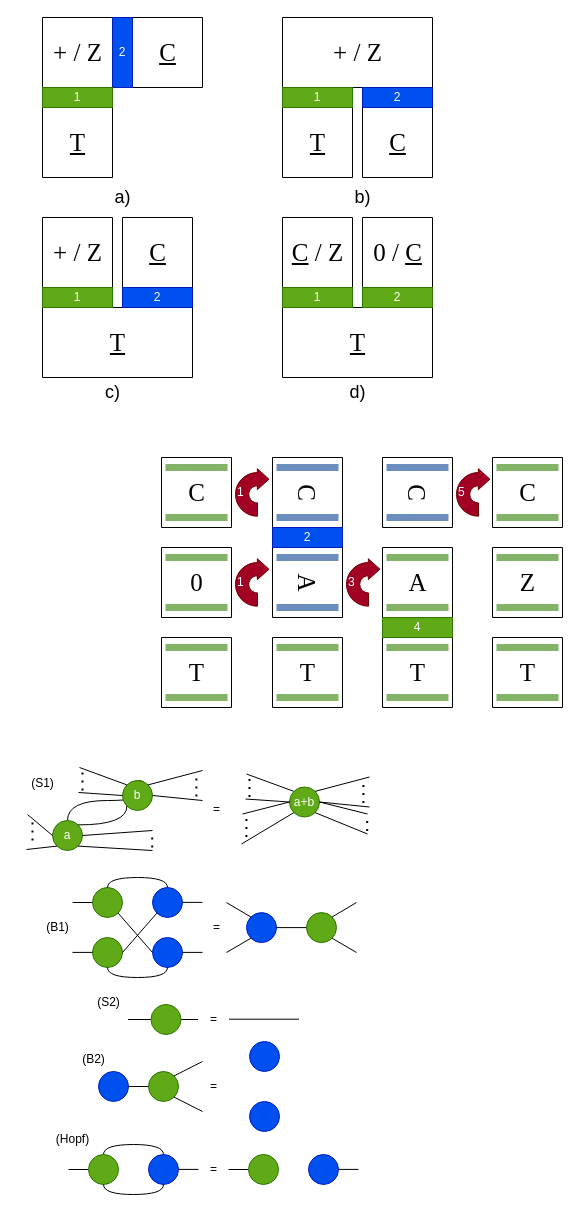
Before: translation.drawio in alexandrupaler/alexandrupaler.github.io, a draw.io diagram. Source tidied: cells renumbered, new cells numbered last; positions are measured from the earlier drawing's top-left corner, leaving out a move shared by most shapes. Both pictures are drawn from the tidied source at 100%, with x=0, y=0 at pixel (17, 17).
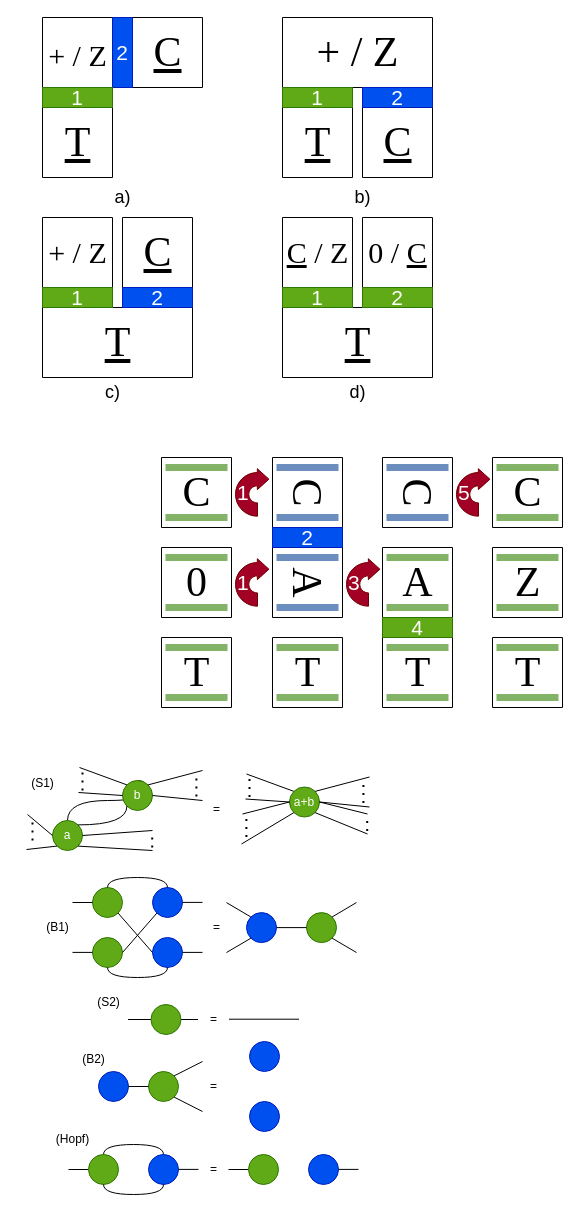
The same diagram, later.

Unchanged cells that the change refers to:
```xml
<mxCell id="2" style="swimlane;startSize=0;" parent="1" vertex="1">
  <mxGeometry x="25" y="90" width="70" height="70" as="geometry" />
</mxCell>
<mxCell id="6" style="swimlane;startSize=0;" parent="1" vertex="1">
  <mxGeometry x="115" width="70" height="70" as="geometry" />
</mxCell>
<mxCell id="11" style="swimlane;startSize=0;" parent="1" vertex="1">
  <mxGeometry x="265" y="90" width="70" height="70" as="geometry" />
</mxCell>
<mxCell id="13" style="swimlane;startSize=0;" parent="1" vertex="1">
  <mxGeometry x="345" y="90" width="70" height="70" as="geometry" />
</mxCell>
<mxCell id="15" style="swimlane;startSize=0;" parent="1" vertex="1">
  <mxGeometry x="25" y="290" width="150" height="70" as="geometry" />
</mxCell>
<mxCell id="17" style="swimlane;startSize=0;" parent="1" vertex="1">
  <mxGeometry x="25" y="200" width="70" height="70" as="geometry" />
</mxCell>
<mxCell id="19" style="swimlane;startSize=0;" parent="1" vertex="1">
  <mxGeometry x="105" y="200" width="70" height="70" as="geometry" />
</mxCell>
<mxCell id="21" style="swimlane;startSize=0;" parent="1" vertex="1">
  <mxGeometry x="265" y="290" width="150" height="70" as="geometry" />
</mxCell>
<mxCell id="23" style="swimlane;startSize=0;" parent="1" vertex="1">
  <mxGeometry x="265" y="200" width="70" height="70" as="geometry" />
</mxCell>
<mxCell id="25" style="swimlane;startSize=0;" parent="1" vertex="1">
  <mxGeometry x="345" y="200" width="70" height="70" as="geometry" />
</mxCell>
<mxCell id="31" style="swimlane;startSize=0;" parent="1" vertex="1">
  <mxGeometry x="144" y="440" width="70" height="70" as="geometry" />
</mxCell>
<mxCell id="35" style="swimlane;startSize=0;" parent="1" vertex="1">
  <mxGeometry x="144" y="620" width="70" height="70" as="geometry" />
</mxCell>
<mxCell id="40" style="swimlane;startSize=0;" parent="1" vertex="1">
  <mxGeometry x="255" y="440" width="70" height="70" as="geometry" />
</mxCell>
<mxCell id="44" style="swimlane;startSize=0;" parent="1" vertex="1">
  <mxGeometry x="144" y="530" width="70" height="70" as="geometry" />
</mxCell>
<mxCell id="48" style="swimlane;startSize=0;" parent="1" vertex="1">
  <mxGeometry x="255" y="530" width="70" height="70" as="geometry" />
</mxCell>
<mxCell id="52" style="swimlane;startSize=0;" parent="1" vertex="1">
  <mxGeometry x="255" y="620" width="70" height="70" as="geometry" />
</mxCell>
<mxCell id="56" style="swimlane;startSize=0;" parent="1" vertex="1">
  <mxGeometry x="365" y="620" width="70" height="70" as="geometry" />
</mxCell>
<mxCell id="60" style="swimlane;startSize=0;" parent="1" vertex="1">
  <mxGeometry x="365" y="440" width="70" height="70" as="geometry" />
</mxCell>
<mxCell id="64" style="swimlane;startSize=0;" parent="1" vertex="1">
  <mxGeometry x="365" y="530" width="70" height="70" as="geometry" />
</mxCell>
<mxCell id="68" style="swimlane;startSize=0;" parent="1" vertex="1">
  <mxGeometry x="475" y="440" width="70" height="70" as="geometry" />
</mxCell>
<mxCell id="72" style="swimlane;startSize=0;" parent="1" vertex="1">
  <mxGeometry x="475" y="620" width="70" height="70" as="geometry" />
</mxCell>
<mxCell id="76" style="swimlane;startSize=0;" parent="1" vertex="1">
  <mxGeometry x="475" y="530" width="70" height="70" as="geometry" />
</mxCell>
```

The edit, as a diff of the source:
```diff
@@
-    <mxCell id="3" value="&lt;u&gt;&lt;font&gt;T&lt;/font&gt;&lt;/u&gt;" style="text;html=1;align=center;verticalAlign=middle;strokeColor=none;fillColor=none;fontSize=25;fontFamily=Garamond;" parent="2" vertex="1">
-      <mxGeometry x="15" y="15" width="40" height="40" as="geometry" />
+    <mxCell id="3" value="&lt;u&gt;&lt;font&gt;T&lt;/font&gt;&lt;/u&gt;" style="text;html=1;align=center;verticalAlign=middle;strokeColor=none;fillColor=none;fontSize=42;fontFamily=Garamond;" parent="2" vertex="1">
+      <mxGeometry x="10" y="5" width="50" height="60" as="geometry" />
     </mxCell>
     <mxCell id="4" style="swimlane;startSize=0;" parent="1" vertex="1">
-      <mxGeometry x="25" width="70" height="70" as="geometry" />
+      <mxGeometry x="25" width="90" height="70" as="geometry" />
     </mxCell>
-    <mxCell id="5" value="&lt;font&gt;+ / Z&lt;/font&gt;" style="text;html=1;align=center;verticalAlign=middle;strokeColor=none;fillColor=none;fontSize=25;fontFamily=Garamond;" parent="4" vertex="1">
-      <mxGeometry y="15" width="70" height="40" as="geometry" />
+    <mxCell id="5" value="&lt;div&gt;&lt;font style=&quot;font-size: 30px;&quot;&gt;+ / Z&lt;/font&gt;&lt;/div&gt;" style="text;html=1;align=center;verticalAlign=middle;strokeColor=none;fillColor=none;fontSize=42;fontFamily=Garamond;spacing=-2;" parent="4" vertex="1">
+      <mxGeometry y="5" width="70" height="60" as="geometry" />
     </mxCell>
@@
-    <mxCell id="7" value="&lt;u&gt;&lt;font&gt;C&lt;/font&gt;&lt;/u&gt;" style="text;html=1;align=center;verticalAlign=middle;strokeColor=none;fillColor=none;fontSize=25;fontFamily=Garamond;" parent="6" vertex="1">
-      <mxGeometry x="15" y="15" width="40" height="40" as="geometry" />
+    <mxCell id="7" value="&lt;u&gt;&lt;font&gt;C&lt;/font&gt;&lt;/u&gt;" style="text;html=1;align=center;verticalAlign=middle;strokeColor=none;fillColor=none;fontSize=42;fontFamily=Garamond;" parent="6" vertex="1">
+      <mxGeometry x="10" y="5" width="50" height="60" as="geometry" />
     </mxCell>
-    <mxCell id="8" value="2" style="rounded=0;whiteSpace=wrap;html=1;fillColor=#0050ef;fontColor=#ffffff;strokeColor=#001DBC;" parent="6" vertex="1">
+    <mxCell id="8" value="2" style="rounded=0;whiteSpace=wrap;html=1;fillColor=#0050ef;fontColor=#ffffff;strokeColor=#001DBC;fontSize=21;" parent="6" vertex="1">
       <mxGeometry x="-20" width="20" height="70" as="geometry" />
     </mxCell>
-    <mxCell id="9" style="swimlane;startSize=0;" parent="1" vertex="1">
+    <mxCell id="9" style="swimlane;startSize=0;fontSize=19;" parent="1" vertex="1">
       <mxGeometry x="265" width="150" height="70" as="geometry" />
     </mxCell>
-    <mxCell id="10" value="&lt;font&gt;+ / Z&lt;/font&gt;" style="text;html=1;align=center;verticalAlign=middle;strokeColor=none;fillColor=none;fontSize=25;fontFamily=Garamond;" parent="9" vertex="1">
-      <mxGeometry x="40" y="15" width="70" height="40" as="geometry" />
+    <mxCell id="10" value="&lt;font style=&quot;font-size: 42px;&quot;&gt;+ / Z&lt;/font&gt;" style="text;html=1;align=center;verticalAlign=middle;strokeColor=none;fillColor=none;fontSize=25;fontFamily=Garamond;" parent="9" vertex="1">
+      <mxGeometry x="20" y="5" width="110" height="60" as="geometry" />
     </mxCell>
@@
-    <mxCell id="12" value="&lt;u&gt;&lt;font&gt;T&lt;/font&gt;&lt;/u&gt;" style="text;html=1;align=center;verticalAlign=middle;strokeColor=none;fillColor=none;fontSize=25;fontFamily=Garamond;" parent="11" vertex="1">
-      <mxGeometry x="15" y="15" width="40" height="40" as="geometry" />
+    <mxCell id="12" value="&lt;u&gt;&lt;font&gt;T&lt;/font&gt;&lt;/u&gt;" style="text;html=1;align=center;verticalAlign=middle;strokeColor=none;fillColor=none;fontSize=42;fontFamily=Garamond;" parent="11" vertex="1">
+      <mxGeometry x="10" y="5" width="50" height="60" as="geometry" />
     </mxCell>
@@
-    <mxCell id="14" value="&lt;u&gt;&lt;font&gt;C&lt;/font&gt;&lt;/u&gt;" style="text;html=1;align=center;verticalAlign=middle;strokeColor=none;fillColor=none;fontSize=25;fontFamily=Garamond;" parent="13" vertex="1">
-      <mxGeometry x="15" y="15" width="40" height="40" as="geometry" />
+    <mxCell id="14" value="&lt;u&gt;&lt;font&gt;C&lt;/font&gt;&lt;/u&gt;" style="text;html=1;align=center;verticalAlign=middle;strokeColor=none;fillColor=none;fontSize=42;fontFamily=Garamond;" parent="13" vertex="1">
+      <mxGeometry x="10" y="5" width="50" height="60" as="geometry" />
     </mxCell>
@@
-    <mxCell id="16" value="&lt;u&gt;&lt;font&gt;T&lt;/font&gt;&lt;/u&gt;" style="text;html=1;align=center;verticalAlign=middle;strokeColor=none;fillColor=none;fontSize=25;fontFamily=Garamond;" parent="15" vertex="1">
-      <mxGeometry x="55" y="15" width="40" height="40" as="geometry" />
+    <mxCell id="16" value="&lt;u&gt;&lt;font&gt;T&lt;/font&gt;&lt;/u&gt;" style="text;html=1;align=center;verticalAlign=middle;strokeColor=none;fillColor=none;fontSize=42;fontFamily=Garamond;" parent="15" vertex="1">
+      <mxGeometry x="50" y="5" width="50" height="60" as="geometry" />
     </mxCell>
@@
-    <mxCell id="18" value="&lt;font&gt;+ / Z&lt;/font&gt;" style="text;html=1;align=center;verticalAlign=middle;strokeColor=none;fillColor=none;fontSize=25;fontFamily=Garamond;" parent="17" vertex="1">
-      <mxGeometry y="15" width="70" height="40" as="geometry" />
+    <mxCell id="18" value="&lt;font style=&quot;font-size: 30px;&quot;&gt;+ / Z&lt;/font&gt;" style="text;html=1;align=center;verticalAlign=middle;strokeColor=none;fillColor=none;fontSize=32;fontFamily=Garamond;" parent="17" vertex="1">
+      <mxGeometry x="-5" y="10" width="80" height="50" as="geometry" />
     </mxCell>
@@
-    <mxCell id="20" value="&lt;u&gt;&lt;font&gt;C&lt;/font&gt;&lt;/u&gt;" style="text;html=1;align=center;verticalAlign=middle;strokeColor=none;fillColor=none;fontSize=25;fontFamily=Garamond;" parent="19" vertex="1">
-      <mxGeometry x="15" y="15" width="40" height="40" as="geometry" />
+    <mxCell id="20" value="&lt;u&gt;&lt;font&gt;C&lt;/font&gt;&lt;/u&gt;" style="text;html=1;align=center;verticalAlign=middle;strokeColor=none;fillColor=none;fontSize=42;fontFamily=Garamond;" parent="19" vertex="1">
+      <mxGeometry x="10" y="5" width="50" height="60" as="geometry" />
     </mxCell>
@@
-    <mxCell id="22" value="&lt;u&gt;&lt;font&gt;T&lt;/font&gt;&lt;/u&gt;" style="text;html=1;align=center;verticalAlign=middle;strokeColor=none;fillColor=none;fontSize=25;fontFamily=Garamond;" parent="21" vertex="1">
-      <mxGeometry x="55" y="15" width="40" height="40" as="geometry" />
+    <mxCell id="22" value="&lt;u&gt;&lt;font&gt;T&lt;/font&gt;&lt;/u&gt;" style="text;html=1;align=center;verticalAlign=middle;strokeColor=none;fillColor=none;fontSize=42;fontFamily=Garamond;" parent="21" vertex="1">
+      <mxGeometry x="50" y="5" width="50" height="60" as="geometry" />
     </mxCell>
@@
-    <mxCell id="24" value="&lt;u&gt;C&lt;/u&gt; / Z" style="text;html=1;align=center;verticalAlign=middle;strokeColor=none;fillColor=none;fontSize=25;fontFamily=Garamond;" parent="23" vertex="1">
-      <mxGeometry y="15" width="70" height="40" as="geometry" />
+    <mxCell id="24" value="&lt;u&gt;C&lt;/u&gt; / Z" style="text;html=1;align=center;verticalAlign=middle;strokeColor=none;fillColor=none;fontSize=30;fontFamily=Garamond;" parent="23" vertex="1">
+      <mxGeometry x="-10" y="10" width="90" height="50" as="geometry" />
     </mxCell>
@@
-    <mxCell id="26" value="0 / &lt;u&gt;C&lt;/u&gt;" style="text;html=1;align=center;verticalAlign=middle;strokeColor=none;fillColor=none;fontSize=25;fontFamily=Garamond;" parent="25" vertex="1">
-      <mxGeometry y="15" width="70" height="40" as="geometry" />
+    <mxCell id="26" value="0 / &lt;u&gt;C&lt;/u&gt;" style="text;html=1;align=center;verticalAlign=middle;strokeColor=none;fillColor=none;fontSize=30;fontFamily=Garamond;" parent="25" vertex="1">
+      <mxGeometry x="-5" y="10" width="80" height="50" as="geometry" />
     </mxCell>
@@
-    <mxCell id="32" value="&lt;font&gt;C&lt;/font&gt;" style="text;html=1;align=center;verticalAlign=middle;strokeColor=none;fillColor=none;fontSize=25;fontFamily=Garamond;" parent="31" vertex="1">
-      <mxGeometry x="15" y="15" width="40" height="40" as="geometry" />
+    <mxCell id="32" value="&lt;font&gt;C&lt;/font&gt;" style="text;html=1;align=center;verticalAlign=middle;strokeColor=none;fillColor=none;fontSize=42;fontFamily=Garamond;" parent="31" vertex="1">
+      <mxGeometry x="10" y="5" width="50" height="60" as="geometry" />
     </mxCell>
@@
-    <mxCell id="36" value="T" style="text;html=1;align=center;verticalAlign=middle;strokeColor=none;fillColor=none;fontSize=25;fontFamily=Garamond;" parent="35" vertex="1">
-      <mxGeometry x="15" y="15" width="40" height="40" as="geometry" />
+    <mxCell id="36" value="T" style="text;html=1;align=center;verticalAlign=middle;strokeColor=none;fillColor=none;fontSize=42;fontFamily=Garamond;" parent="35" vertex="1">
+      <mxGeometry x="10" y="5" width="50" height="60" as="geometry" />
     </mxCell>
@@
-    <mxCell id="39" value="1" style="html=1;shadow=0;dashed=0;align=left;verticalAlign=middle;shape=mxgraph.arrows2.uTurnArrow;dy=6.66;arrowHead=20.98;dx2=11.59;fillColor=#a20025;strokeColor=#6F0000;fontFamily=Helvetica;fontStyle=0;fontSize=12;fontColor=#ffffff;" parent="1" vertex="1">
+    <mxCell id="39" value="1" style="html=1;shadow=0;dashed=0;align=left;verticalAlign=middle;shape=mxgraph.arrows2.uTurnArrow;dy=6.66;arrowHead=20.98;dx2=11.59;fillColor=#a20025;strokeColor=#6F0000;fontFamily=Helvetica;fontStyle=0;fontSize=21;fontColor=#ffffff;" parent="1" vertex="1">
       <mxGeometry x="218" y="451.2" width="22" height="47.5" as="geometry" />
     </mxCell>
@@
-    <mxCell id="41" value="&lt;font&gt;C&lt;/font&gt;" style="text;html=1;align=center;verticalAlign=middle;strokeColor=none;fillColor=none;fontSize=25;fontFamily=Garamond;rotation=90;" parent="40" vertex="1">
-      <mxGeometry x="15" y="15" width="40" height="40" as="geometry" />
+    <mxCell id="41" value="&lt;font&gt;C&lt;/font&gt;" style="text;html=1;align=center;verticalAlign=middle;strokeColor=none;fillColor=none;fontSize=42;fontFamily=Garamond;rotation=90;" parent="40" vertex="1">
+      <mxGeometry x="10" y="5" width="50" height="60" as="geometry" />
     </mxCell>
@@
-    <mxCell id="45" value="0" style="text;html=1;align=center;verticalAlign=middle;strokeColor=none;fillColor=none;fontSize=25;fontFamily=Garamond;" parent="44" vertex="1">
-      <mxGeometry x="15" y="15" width="40" height="40" as="geometry" />
+    <mxCell id="45" value="0" style="text;html=1;align=center;verticalAlign=middle;strokeColor=none;fillColor=none;fontSize=42;fontFamily=Garamond;" parent="44" vertex="1">
+      <mxGeometry x="15" y="5" width="40" height="60" as="geometry" />
     </mxCell>
@@
-    <mxCell id="49" value="A" style="text;html=1;align=center;verticalAlign=middle;strokeColor=none;fillColor=none;fontSize=25;fontFamily=Garamond;rotation=90;" parent="48" vertex="1">
-      <mxGeometry x="15" y="15" width="40" height="40" as="geometry" />
+    <mxCell id="49" value="A" style="text;html=1;align=center;verticalAlign=middle;strokeColor=none;fillColor=none;fontSize=42;fontFamily=Garamond;rotation=90;" parent="48" vertex="1">
+      <mxGeometry x="10" y="5" width="50" height="60" as="geometry" />
     </mxCell>
@@
-    <mxCell id="53" value="T" style="text;html=1;align=center;verticalAlign=middle;strokeColor=none;fillColor=none;fontSize=25;fontFamily=Garamond;" parent="52" vertex="1">
-      <mxGeometry x="15" y="15" width="40" height="40" as="geometry" />
+    <mxCell id="53" value="T" style="text;html=1;align=center;verticalAlign=middle;strokeColor=none;fillColor=none;fontSize=42;fontFamily=Garamond;" parent="52" vertex="1">
+      <mxGeometry x="10" y="5" width="50" height="60" as="geometry" />
     </mxCell>
@@
-    <mxCell id="57" value="T" style="text;html=1;align=center;verticalAlign=middle;strokeColor=none;fillColor=none;fontSize=25;fontFamily=Garamond;" parent="56" vertex="1">
-      <mxGeometry x="15" y="15" width="40" height="40" as="geometry" />
+    <mxCell id="57" value="T" style="text;html=1;align=center;verticalAlign=middle;strokeColor=none;fillColor=none;fontSize=42;fontFamily=Garamond;" parent="56" vertex="1">
+      <mxGeometry x="10" y="5" width="50" height="60" as="geometry" />
     </mxCell>
@@
-    <mxCell id="61" value="&lt;font&gt;C&lt;/font&gt;" style="text;html=1;align=center;verticalAlign=middle;strokeColor=none;fillColor=none;fontSize=25;fontFamily=Garamond;rotation=90;" parent="60" vertex="1">
-      <mxGeometry x="15" y="15" width="40" height="40" as="geometry" />
+    <mxCell id="61" value="&lt;font&gt;C&lt;/font&gt;" style="text;html=1;align=center;verticalAlign=middle;strokeColor=none;fillColor=none;fontSize=42;fontFamily=Garamond;rotation=90;" parent="60" vertex="1">
+      <mxGeometry x="10" y="5" width="50" height="60" as="geometry" />
     </mxCell>
@@
-    <mxCell id="65" value="A" style="text;html=1;align=center;verticalAlign=middle;strokeColor=none;fillColor=none;fontSize=25;fontFamily=Garamond;" parent="64" vertex="1">
-      <mxGeometry x="15" y="15" width="40" height="40" as="geometry" />
+    <mxCell id="65" value="A" style="text;html=1;align=center;verticalAlign=middle;strokeColor=none;fillColor=none;fontSize=42;fontFamily=Garamond;" parent="64" vertex="1">
+      <mxGeometry x="10" y="5" width="50" height="60" as="geometry" />
     </mxCell>
@@
-    <mxCell id="69" value="&lt;font&gt;C&lt;/font&gt;" style="text;html=1;align=center;verticalAlign=middle;strokeColor=none;fillColor=none;fontSize=25;fontFamily=Garamond;" parent="68" vertex="1">
-      <mxGeometry x="15" y="15" width="40" height="40" as="geometry" />
+    <mxCell id="69" value="&lt;font&gt;C&lt;/font&gt;" style="text;html=1;align=center;verticalAlign=middle;strokeColor=none;fillColor=none;fontSize=42;fontFamily=Garamond;" parent="68" vertex="1">
+      <mxGeometry x="10" y="5" width="50" height="60" as="geometry" />
     </mxCell>
@@
-    <mxCell id="73" value="T" style="text;html=1;align=center;verticalAlign=middle;strokeColor=none;fillColor=none;fontSize=25;fontFamily=Garamond;" parent="72" vertex="1">
-      <mxGeometry x="15" y="15" width="40" height="40" as="geometry" />
+    <mxCell id="73" value="T" style="text;html=1;align=center;verticalAlign=middle;strokeColor=none;fillColor=none;fontSize=42;fontFamily=Garamond;" parent="72" vertex="1">
+      <mxGeometry x="10" y="5" width="50" height="60" as="geometry" />
     </mxCell>
@@
-    <mxCell id="77" value="Z" style="text;html=1;align=center;verticalAlign=middle;strokeColor=none;fillColor=none;fontSize=25;fontFamily=Garamond;" parent="76" vertex="1">
-      <mxGeometry x="15" y="15" width="40" height="40" as="geometry" />
+    <mxCell id="77" value="Z" style="text;html=1;align=center;verticalAlign=middle;strokeColor=none;fillColor=none;fontSize=42;fontFamily=Garamond;" parent="76" vertex="1">
+      <mxGeometry x="10" y="5" width="50" height="60" as="geometry" />
     </mxCell>
@@
-    <mxCell id="80" value="1" style="rounded=0;whiteSpace=wrap;html=1;fillColor=#60a917;fontColor=#ffffff;strokeColor=#2D7600;" parent="1" vertex="1">
+    <mxCell id="80" value="&lt;font style=&quot;font-size: 21px;&quot;&gt;1&lt;/font&gt;" style="rounded=0;whiteSpace=wrap;html=1;fillColor=#60a917;fontColor=#ffffff;strokeColor=#2D7600;" parent="1" vertex="1">
       <mxGeometry x="25" y="70" width="70" height="20" as="geometry" />
     </mxCell>
-    <mxCell id="81" value="2" style="rounded=0;whiteSpace=wrap;html=1;fillColor=#0050ef;fontColor=#ffffff;strokeColor=#001DBC;" parent="1" vertex="1">
+    <mxCell id="81" value="2" style="rounded=0;whiteSpace=wrap;html=1;fillColor=#0050ef;fontColor=#ffffff;strokeColor=#001DBC;fontSize=21;" parent="1" vertex="1">
       <mxGeometry x="345" y="70" width="70" height="20" as="geometry" />
     </mxCell>
-    <mxCell id="82" value="1" style="rounded=0;whiteSpace=wrap;html=1;fillColor=#60a917;fontColor=#ffffff;strokeColor=#2D7600;" parent="1" vertex="1">
+    <mxCell id="82" value="1" style="rounded=0;whiteSpace=wrap;html=1;fillColor=#60a917;fontColor=#ffffff;strokeColor=#2D7600;fontSize=21;" parent="1" vertex="1">
       <mxGeometry x="265" y="70" width="70" height="20" as="geometry" />
     </mxCell>
-    <mxCell id="83" value="1" style="rounded=0;whiteSpace=wrap;html=1;fillColor=#60a917;fontColor=#ffffff;strokeColor=#2D7600;" parent="1" vertex="1">
+    <mxCell id="83" value="1" style="rounded=0;whiteSpace=wrap;html=1;fillColor=#60a917;fontColor=#ffffff;strokeColor=#2D7600;fontSize=21;" parent="1" vertex="1">
       <mxGeometry x="25" y="270" width="70" height="20" as="geometry" />
     </mxCell>
-    <mxCell id="84" value="2" style="rounded=0;whiteSpace=wrap;html=1;fillColor=#0050ef;fontColor=#ffffff;strokeColor=#001DBC;" parent="1" vertex="1">
+    <mxCell id="84" value="2" style="rounded=0;whiteSpace=wrap;html=1;fillColor=#0050ef;fontColor=#ffffff;strokeColor=#001DBC;fontSize=21;" parent="1" vertex="1">
       <mxGeometry x="105" y="270" width="70" height="20" as="geometry" />
     </mxCell>
-    <mxCell id="85" value="1" style="rounded=0;whiteSpace=wrap;html=1;fillColor=#60a917;fontColor=#ffffff;strokeColor=#2D7600;" parent="1" vertex="1">
+    <mxCell id="85" value="1" style="rounded=0;whiteSpace=wrap;html=1;fillColor=#60a917;fontColor=#ffffff;strokeColor=#2D7600;fontSize=21;" parent="1" vertex="1">
       <mxGeometry x="265" y="270" width="70" height="20" as="geometry" />
     </mxCell>
-    <mxCell id="86" value="2" style="rounded=0;whiteSpace=wrap;html=1;fillColor=#60a917;fontColor=#ffffff;strokeColor=#2D7600;" parent="1" vertex="1">
+    <mxCell id="86" value="2" style="rounded=0;whiteSpace=wrap;html=1;fillColor=#60a917;fontColor=#ffffff;strokeColor=#2D7600;fontSize=21;" parent="1" vertex="1">
       <mxGeometry x="345" y="270" width="70" height="20" as="geometry" />
     </mxCell>
-    <mxCell id="87" value="2" style="rounded=0;whiteSpace=wrap;html=1;fillColor=#0050ef;fontColor=#ffffff;strokeColor=#001DBC;" parent="1" vertex="1">
+    <mxCell id="87" value="2" style="rounded=0;whiteSpace=wrap;html=1;fillColor=#0050ef;fontColor=#ffffff;strokeColor=#001DBC;fontSize=21;" parent="1" vertex="1">
       <mxGeometry x="255" y="510" width="70" height="20" as="geometry" />
     </mxCell>
-    <mxCell id="88" value="4" style="rounded=0;whiteSpace=wrap;html=1;fillColor=#60a917;fontColor=#ffffff;strokeColor=#2D7600;" parent="1" vertex="1">
+    <mxCell id="88" value="4" style="rounded=0;whiteSpace=wrap;html=1;fillColor=#60a917;fontColor=#ffffff;strokeColor=#2D7600;fontSize=21;" parent="1" vertex="1">
       <mxGeometry x="365" y="600" width="70" height="20" as="geometry" />
     </mxCell>
-    <mxCell id="89" value="1" style="html=1;shadow=0;dashed=0;align=left;verticalAlign=middle;shape=mxgraph.arrows2.uTurnArrow;dy=6.66;arrowHead=20.98;dx2=11.59;fillColor=#a20025;strokeColor=#6F0000;fontFamily=Helvetica;fontStyle=0;fontSize=12;fontColor=#ffffff;" parent="1" vertex="1">
+    <mxCell id="89" value="1" style="html=1;shadow=0;dashed=0;align=left;verticalAlign=middle;shape=mxgraph.arrows2.uTurnArrow;dy=6.66;arrowHead=20.98;dx2=11.59;fillColor=#a20025;strokeColor=#6F0000;fontFamily=Helvetica;fontStyle=0;fontSize=21;fontColor=#ffffff;" parent="1" vertex="1">
       <mxGeometry x="218" y="541.2" width="22" height="47.5" as="geometry" />
     </mxCell>
-    <mxCell id="90" value="3" style="html=1;shadow=0;dashed=0;align=left;verticalAlign=middle;shape=mxgraph.arrows2.uTurnArrow;dy=6.66;arrowHead=20.98;dx2=11.59;fillColor=#a20025;strokeColor=#6F0000;fontFamily=Helvetica;fontStyle=0;fontSize=12;fontColor=#ffffff;" parent="1" vertex="1">
+    <mxCell id="90" value="3" style="html=1;shadow=0;dashed=0;align=left;verticalAlign=middle;shape=mxgraph.arrows2.uTurnArrow;dy=6.66;arrowHead=20.98;dx2=11.59;fillColor=#a20025;strokeColor=#6F0000;fontFamily=Helvetica;fontStyle=0;fontSize=21;fontColor=#ffffff;" parent="1" vertex="1">
       <mxGeometry x="329" y="541.2" width="22" height="47.5" as="geometry" />
     </mxCell>
-    <mxCell id="91" value="&lt;div&gt;5&lt;/div&gt;" style="html=1;shadow=0;dashed=0;align=left;verticalAlign=middle;shape=mxgraph.arrows2.uTurnArrow;dy=6.66;arrowHead=20.98;dx2=11.59;fillColor=#a20025;strokeColor=#6F0000;fontFamily=Helvetica;fontStyle=0;fontSize=12;fontColor=#ffffff;" parent="1" vertex="1">
+    <mxCell id="91" value="&lt;div&gt;5&lt;/div&gt;" style="html=1;shadow=0;dashed=0;align=left;verticalAlign=middle;shape=mxgraph.arrows2.uTurnArrow;dy=6.66;arrowHead=20.98;dx2=11.59;fillColor=#a20025;strokeColor=#6F0000;fontFamily=Helvetica;fontStyle=0;fontSize=21;fontColor=#ffffff;" parent="1" vertex="1">
       <mxGeometry x="439" y="451.2" width="22" height="47.5" as="geometry" />
     </mxCell>
```
